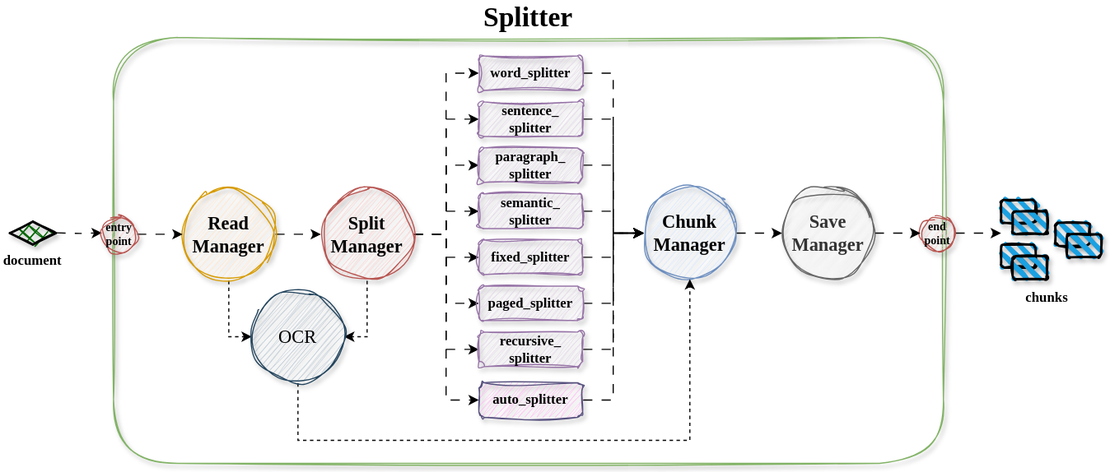
Earlier version of the draw.io export assets/splitter.drawio.svg (andreshere00/Splitter). Source tidied: cells renumbered, new cells last; positions are measured from the earlier drawing's top-left corner, leaving out a move shared by most shapes.
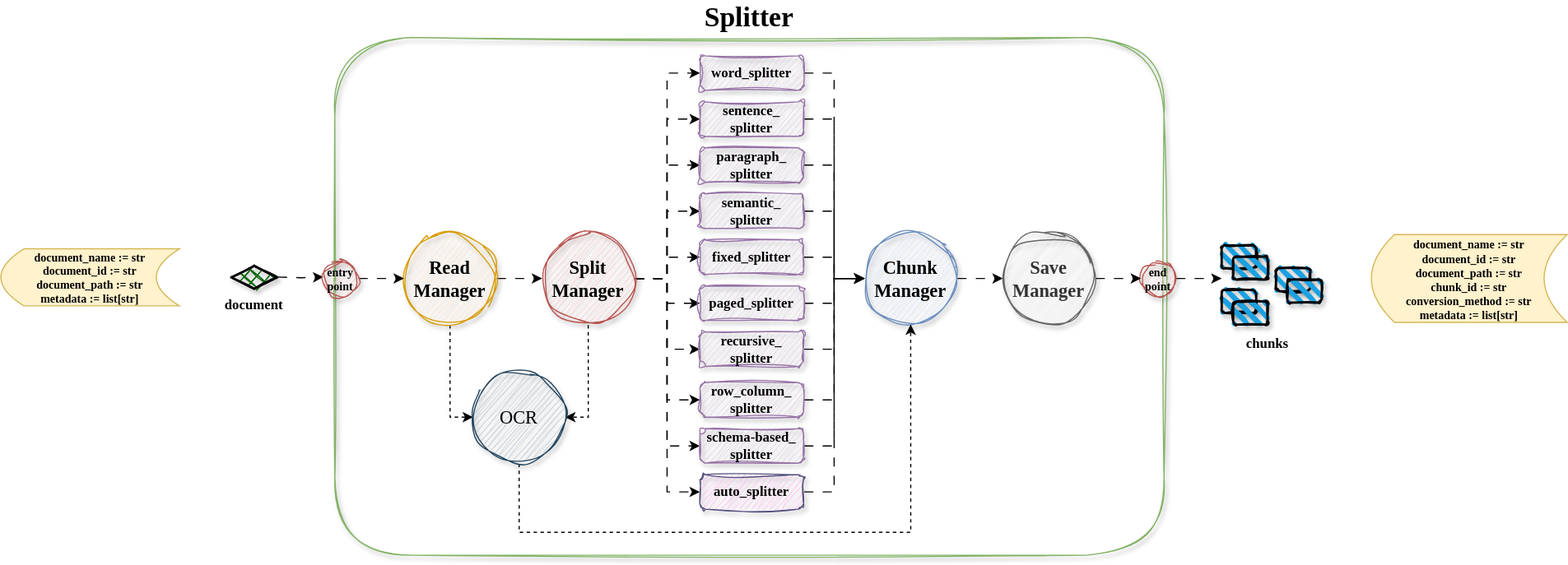
The same diagram one commit later.

Commit message:
add: update architecture diagram on README.md

What changed in the source:
```diff
@@ -3,7 +3,7 @@
     <mxCell id="0" />
     <mxCell id="1" parent="0" />
     <mxCell id="2" value="Splitter" style="rounded=1;whiteSpace=wrap;html=1;fillColor=none;strokeColor=#82b366;fontFamily=Amazon Ember Display;fontStyle=1;fontSize=24;shadow=1;sketch=1;curveFitting=1;jiggle=2;verticalAlign=bottom;labelPosition=center;verticalLabelPosition=top;align=center;glass=0;" parent="1" vertex="1">
-      <mxGeometry x="90" width="720" height="370" as="geometry" />
+      <mxGeometry x="280" width="720" height="450" as="geometry" />
     </mxCell>
     <mxCell id="3" style="edgeStyle=orthogonalEdgeStyle;rounded=0;jettySize=auto;html=1;entryX=0;entryY=0.5;entryDx=0;entryDy=0;fontFamily=Amazon Ember Display;flowAnimation=1;" parent="1" edge="1" source="12" target="14">
       <mxGeometry relative="1" as="geometry" />
@@ -11,7 +11,7 @@
     <mxCell id="4" style="edgeStyle=orthogonalEdgeStyle;rounded=0;jettySize=auto;html=1;entryX=0;entryY=0.5;entryDx=0;entryDy=0;fontFamily=Amazon Ember Display;flowAnimation=1;" parent="1" edge="1" source="12" target="16">
       <mxGeometry relative="1" as="geometry" />
     </mxCell>
-    <mxCell id="5" style="edgeStyle=orthogonalEdgeStyle;rounded=0;jettySize=auto;html=1;fontFamily=Amazon Ember Display;flowAnimation=1;" parent="1" edge="1" source="12" target="20">
+    <mxCell id="5" style="edgeStyle=orthogonalEdgeStyle;rounded=0;jettySize=auto;html=1;fontFamily=Amazon Ember Display;flowAnimation=1;entryX=0;entryY=0.5;entryDx=0;entryDy=0;" parent="1" edge="1" source="12" target="20">
       <mxGeometry relative="1" as="geometry" />
     </mxCell>
     <mxCell id="6" style="edgeStyle=orthogonalEdgeStyle;rounded=0;jettySize=auto;html=1;entryX=0;entryY=0.5;entryDx=0;entryDy=0;fontFamily=Amazon Ember Display;flowAnimation=1;" parent="1" edge="1" source="12" target="22">
@@ -32,44 +32,50 @@
     <mxCell id="11" style="edgeStyle=orthogonalEdgeStyle;rounded=0;jettySize=auto;html=1;entryX=1;entryY=0.5;entryDx=0;entryDy=0;flowAnimation=1;dashed=1;" parent="1" edge="1" source="12" target="50">
       <mxGeometry relative="1" as="geometry" />
     </mxCell>
+    <mxCell id="51" style="edgeStyle=orthogonalEdgeStyle;rounded=0;jettySize=auto;html=1;entryX=0;entryY=0.5;entryDx=0;entryDy=0;flowAnimation=1;" parent="1" edge="1" source="12" target="54">
+      <mxGeometry relative="1" as="geometry" />
+    </mxCell>
+    <mxCell id="52" style="edgeStyle=orthogonalEdgeStyle;rounded=0;jettySize=auto;html=1;entryX=0;entryY=0.5;entryDx=0;entryDy=0;flowAnimation=1;" parent="1" edge="1" source="12" target="56">
+      <mxGeometry relative="1" as="geometry" />
+    </mxCell>
     <mxCell id="12" value="&lt;span style=&quot;color: rgb(0, 0, 0); font-style: normal; font-variant-ligatures: normal; font-variant-caps: normal; font-weight: 700; letter-spacing: normal; orphans: 2; text-align: center; text-indent: 0px; text-transform: none; widows: 2; word-spacing: 0px; -webkit-text-stroke-width: 0px; white-space: normal; text-decoration-thickness: initial; text-decoration-style: initial; text-decoration-color: initial; float: none; display: inline !important;&quot;&gt;Split&lt;/span&gt;&lt;div style=&quot;forced-color-adjust: none; color: rgb(0, 0, 0); font-style: normal; font-variant-ligatures: normal; font-variant-caps: normal; font-weight: 700; letter-spacing: normal; orphans: 2; text-align: center; text-indent: 0px; text-transform: none; widows: 2; word-spacing: 0px; -webkit-text-stroke-width: 0px; white-space: normal; text-decoration-thickness: initial; text-decoration-style: initial; text-decoration-color: initial;&quot;&gt;&lt;span&gt;Manager&lt;/span&gt;&lt;/div&gt;" style="ellipse;whiteSpace=wrap;html=1;fillColor=#f8cecc;strokeColor=#b85450;sketch=1;curveFitting=1;jiggle=2;shadow=1;fontFamily=Amazon Ember Display;labelBackgroundColor=none;fontSize=16;" parent="1" vertex="1">
-      <mxGeometry x="270" y="131" width="80" height="80" as="geometry" />
+      <mxGeometry x="460" y="169.5" width="80" height="80" as="geometry" />
     </mxCell>
     <mxCell id="13" style="edgeStyle=orthogonalEdgeStyle;rounded=0;jettySize=auto;html=1;entryX=0;entryY=0.5;entryDx=0;entryDy=0;fontFamily=Amazon Ember Display;flowAnimation=1;" parent="1" edge="1" source="14" target="29">
       <mxGeometry relative="1" as="geometry" />
     </mxCell>
     <mxCell id="14" value="word_splitter" style="rounded=1;whiteSpace=wrap;html=1;fillColor=#e1d5e7;strokeColor=#9673a6;shadow=1;sketch=1;curveFitting=1;jiggle=2;fontStyle=1;fontFamily=Amazon Ember Display;" parent="1" vertex="1">
-      <mxGeometry x="407" y="16" width="90" height="30" as="geometry" />
+      <mxGeometry x="597" y="16" width="90" height="30" as="geometry" />
     </mxCell>
     <mxCell id="15" style="edgeStyle=orthogonalEdgeStyle;rounded=0;jettySize=auto;html=1;entryX=0;entryY=0.5;entryDx=0;entryDy=0;fontFamily=Amazon Ember Display;flowAnimation=1;" parent="1" edge="1" source="16" target="29">
       <mxGeometry relative="1" as="geometry" />
     </mxCell>
     <mxCell id="16" value="sentence_&lt;div&gt;splitter&lt;/div&gt;" style="rounded=1;whiteSpace=wrap;html=1;fillColor=#e1d5e7;strokeColor=#9673a6;shadow=1;sketch=1;curveFitting=1;jiggle=2;fontStyle=1;fontFamily=Amazon Ember Display;" parent="1" vertex="1">
-      <mxGeometry x="407" y="56" width="90" height="30" as="geometry" />
+      <mxGeometry x="597" y="56" width="90" height="30" as="geometry" />
     </mxCell>
     <mxCell id="17" style="edgeStyle=orthogonalEdgeStyle;rounded=0;jettySize=auto;html=1;entryX=0;entryY=0.5;entryDx=0;entryDy=0;fontFamily=Amazon Ember Display;flowAnimation=1;" parent="1" edge="1" source="18" target="29">
       <mxGeometry relative="1" as="geometry" />
     </mxCell>
     <mxCell id="18" value="paragraph_&lt;div&gt;splitter&lt;/div&gt;" style="rounded=1;whiteSpace=wrap;html=1;fillColor=#e1d5e7;strokeColor=#9673a6;shadow=1;sketch=1;curveFitting=1;jiggle=2;fontStyle=1;fontFamily=Amazon Ember Display;" parent="1" vertex="1">
-      <mxGeometry x="407" y="96" width="90" height="30" as="geometry" />
+      <mxGeometry x="597" y="96" width="90" height="30" as="geometry" />
     </mxCell>
     <mxCell id="19" style="edgeStyle=orthogonalEdgeStyle;rounded=0;jettySize=auto;html=1;entryX=0;entryY=0.5;entryDx=0;entryDy=0;fontFamily=Amazon Ember Display;flowAnimation=1;" parent="1" edge="1" source="20" target="29">
       <mxGeometry relative="1" as="geometry" />
     </mxCell>
     <mxCell id="20" value="semantic_&lt;div&gt;splitter&lt;/div&gt;" style="rounded=1;whiteSpace=wrap;html=1;fillColor=#e1d5e7;strokeColor=#9673a6;shadow=1;sketch=1;curveFitting=1;jiggle=2;fontStyle=1;fontFamily=Amazon Ember Display;" parent="1" vertex="1">
-      <mxGeometry x="407" y="136" width="90" height="30" as="geometry" />
+      <mxGeometry x="597" y="136" width="90" height="30" as="geometry" />
     </mxCell>
     <mxCell id="21" style="edgeStyle=orthogonalEdgeStyle;rounded=0;jettySize=auto;html=1;entryX=0;entryY=0.5;entryDx=0;entryDy=0;fontFamily=Amazon Ember Display;flowAnimation=1;" parent="1" edge="1" source="22" target="29">
       <mxGeometry relative="1" as="geometry" />
     </mxCell>
     <mxCell id="22" value="fixed_splitter" style="rounded=1;whiteSpace=wrap;html=1;fillColor=#e1d5e7;strokeColor=#9673a6;shadow=1;sketch=1;curveFitting=1;jiggle=2;fontStyle=1;fontFamily=Amazon Ember Display;" parent="1" vertex="1">
-      <mxGeometry x="407" y="176" width="90" height="30" as="geometry" />
+      <mxGeometry x="597" y="176" width="90" height="30" as="geometry" />
     </mxCell>
     <mxCell id="23" style="edgeStyle=orthogonalEdgeStyle;rounded=0;jettySize=auto;html=1;entryX=0;entryY=0.5;entryDx=0;entryDy=0;fontFamily=Amazon Ember Display;flowAnimation=1;" parent="1" edge="1" source="24" target="29">
       <mxGeometry relative="1" as="geometry" />
     </mxCell>
     <mxCell id="24" value="paged_splitter" style="rounded=1;whiteSpace=wrap;html=1;fillColor=#e1d5e7;strokeColor=#9673a6;shadow=1;sketch=1;curveFitting=1;jiggle=2;fontStyle=1;fontFamily=Amazon Ember Display;" parent="1" vertex="1">
-      <mxGeometry x="407" y="216" width="90" height="30" as="geometry" />
+      <mxGeometry x="597" y="216" width="90" height="30" as="geometry" />
     </mxCell>
     <mxCell id="25" style="edgeStyle=orthogonalEdgeStyle;rounded=0;jettySize=auto;html=1;entryX=0;entryY=0.5;entryDx=0;entryDy=0;fontFamily=Amazon Ember Display;flowAnimation=1;" parent="1" edge="1" source="27" target="12">
       <mxGeometry relative="1" as="geometry" />
@@ -78,88 +84,106 @@
       <mxGeometry relative="1" as="geometry" />
     </mxCell>
     <mxCell id="27" value="Read Manager" style="ellipse;whiteSpace=wrap;html=1;fillColor=#ffe6cc;strokeColor=#d79b00;shadow=1;sketch=1;curveFitting=1;jiggle=2;fontStyle=1;fontFamily=Amazon Ember Display;fontSize=16;" parent="1" vertex="1">
-      <mxGeometry x="150" y="131" width="80" height="80" as="geometry" />
+      <mxGeometry x="340" y="169.5" width="80" height="80" as="geometry" />
     </mxCell>
     <mxCell id="28" style="edgeStyle=orthogonalEdgeStyle;rounded=0;jettySize=auto;html=1;fontFamily=Amazon Ember Display;flowAnimation=1;" parent="1" edge="1" source="29">
       <mxGeometry relative="1" as="geometry">
-        <mxPoint x="670" y="170" as="targetPoint" />
+        <mxPoint x="860" y="209.5" as="targetPoint" />
       </mxGeometry>
     </mxCell>
     <mxCell id="29" value="&lt;b&gt;Chunk&lt;/b&gt;&lt;div&gt;&lt;b&gt;Manager&lt;/b&gt;&lt;/div&gt;" style="ellipse;whiteSpace=wrap;html=1;fillColor=#dae8fc;strokeColor=#6c8ebf;sketch=1;curveFitting=1;jiggle=2;shadow=1;fontFamily=Amazon Ember Display;fontSize=16;" parent="1" vertex="1">
-      <mxGeometry x="550" y="130" width="80" height="80" as="geometry" />
+      <mxGeometry x="740" y="169.5" width="80" height="80" as="geometry" />
     </mxCell>
     <mxCell id="30" style="edgeStyle=orthogonalEdgeStyle;rounded=0;orthogonalLoop=1;jettySize=auto;html=1;fontFamily=Amazon Ember Display;flowAnimation=1;" parent="1" edge="1">
       <mxGeometry relative="1" as="geometry">
-        <mxPoint x="40" y="169.8" as="sourcePoint" />
-        <mxPoint x="80" y="169.8" as="targetPoint" />
+        <mxPoint x="230" y="208.2" as="sourcePoint" />
+        <mxPoint x="270" y="208.2" as="targetPoint" />
       </mxGeometry>
     </mxCell>
     <mxCell id="31" value="document" style="rhombus;whiteSpace=wrap;html=1;strokeWidth=2;fillWeight=-1;hachureGap=8;fillStyle=cross-hatch;fillColor=#006600;sketch=1;fontFamily=Amazon Ember Display;shadow=1;labelPosition=center;verticalLabelPosition=bottom;align=center;verticalAlign=top;fontStyle=1;" parent="1" vertex="1">
-      <mxGeometry y="160" width="40" height="20" as="geometry" />
+      <mxGeometry x="190" y="198.5" width="40" height="20" as="geometry" />
     </mxCell>
     <mxCell id="32" style="edgeStyle=orthogonalEdgeStyle;rounded=0;jettySize=auto;html=1;entryX=0;entryY=0.5;entryDx=0;entryDy=0;fontFamily=Amazon Ember Display;flowAnimation=1;" parent="1" edge="1" source="33" target="27">
       <mxGeometry relative="1" as="geometry" />
     </mxCell>
     <mxCell id="33" value="entry&lt;div&gt;point&lt;/div&gt;" style="ellipse;whiteSpace=wrap;html=1;fillColor=#f8cecc;strokeColor=#b85450;sketch=1;curveFitting=1;jiggle=2;shadow=1;fontStyle=1;fontSize=10;fontFamily=Amazon Ember Display;" parent="1" vertex="1">
-      <mxGeometry x="80" y="156" width="30" height="30" as="geometry" />
+      <mxGeometry x="270" y="194.5" width="30" height="30" as="geometry" />
     </mxCell>
     <mxCell id="34" style="rounded=1;whiteSpace=wrap;html=1;strokeWidth=2;fillWeight=4;hachureGap=8;hachureAngle=45;fillColor=#1ba1e2;sketch=1;fontFamily=Amazon Ember Display;shadow=1;" parent="1" vertex="1">
-      <mxGeometry x="860" y="141" width="30" height="20" as="geometry" />
+      <mxGeometry x="1050" y="180.5" width="30" height="20" as="geometry" />
     </mxCell>
     <mxCell id="35" style="rounded=1;whiteSpace=wrap;html=1;strokeWidth=2;fillWeight=4;hachureGap=8;hachureAngle=45;fillColor=#1ba1e2;sketch=1;fontFamily=Amazon Ember Display;shadow=1;" parent="1" vertex="1">
-      <mxGeometry x="870" y="151" width="30" height="20" as="geometry" />
+      <mxGeometry x="1060" y="190.5" width="30" height="20" as="geometry" />
     </mxCell>
     <mxCell id="36" style="rounded=1;whiteSpace=wrap;html=1;strokeWidth=2;fillWeight=4;hachureGap=8;hachureAngle=45;fillColor=#1ba1e2;sketch=1;fontFamily=Amazon Ember Display;shadow=1;" parent="1" vertex="1">
-      <mxGeometry x="860" y="180" width="30" height="20" as="geometry" />
+      <mxGeometry x="1050" y="219.5" width="30" height="20" as="geometry" />
     </mxCell>
     <mxCell id="37" style="rounded=1;whiteSpace=wrap;html=1;strokeWidth=2;fillWeight=4;hachureGap=8;hachureAngle=45;fillColor=#1ba1e2;sketch=1;fontFamily=Amazon Ember Display;shadow=1;" parent="1" vertex="1">
-      <mxGeometry x="870" y="190" width="30" height="20" as="geometry" />
+      <mxGeometry x="1060" y="229.5" width="30" height="20" as="geometry" />
     </mxCell>
     <mxCell id="38" style="rounded=1;whiteSpace=wrap;html=1;strokeWidth=2;fillWeight=4;hachureGap=8;hachureAngle=45;fillColor=#1ba1e2;sketch=1;fontFamily=Amazon Ember Display;shadow=1;" parent="1" vertex="1">
-      <mxGeometry x="907" y="161" width="30" height="20" as="geometry" />
+      <mxGeometry x="1097" y="200.5" width="30" height="20" as="geometry" />
     </mxCell>
     <mxCell id="39" style="rounded=1;whiteSpace=wrap;html=1;strokeWidth=2;fillWeight=4;hachureGap=8;hachureAngle=45;fillColor=#1ba1e2;sketch=1;fontFamily=Amazon Ember Display;shadow=1;" parent="1" vertex="1">
-      <mxGeometry x="917" y="171" width="30" height="20" as="geometry" />
+      <mxGeometry x="1107" y="210.5" width="30" height="20" as="geometry" />
     </mxCell>
     <mxCell id="40" style="edgeStyle=orthogonalEdgeStyle;rounded=0;jettySize=auto;html=1;fontFamily=Amazon Ember Display;flowAnimation=1;" parent="1" edge="1" source="41">
       <mxGeometry relative="1" as="geometry">
-        <mxPoint x="860" y="170" as="targetPoint" />
+        <mxPoint x="1050" y="209.5" as="targetPoint" />
       </mxGeometry>
     </mxCell>
     <mxCell id="41" value="end&lt;div&gt;point&lt;/div&gt;" style="ellipse;whiteSpace=wrap;html=1;fillColor=#f8cecc;strokeColor=#b85450;sketch=1;curveFitting=1;jiggle=2;shadow=1;fontStyle=1;fontSize=10;fontFamily=Amazon Ember Display;" parent="1" vertex="1">
-      <mxGeometry x="790" y="155" width="30" height="30" as="geometry" />
+      <mxGeometry x="980" y="194.5" width="30" height="30" as="geometry" />
     </mxCell>
     <mxCell id="42" style="edgeStyle=orthogonalEdgeStyle;rounded=0;jettySize=auto;html=1;entryX=0;entryY=0.5;entryDx=0;entryDy=0;dashed=1;dashPattern=8 8;flowAnimation=1;" parent="1" edge="1" source="43" target="41">
       <mxGeometry relative="1" as="geometry" />
     </mxCell>
     <mxCell id="43" value="&lt;b&gt;Save&lt;/b&gt;&lt;div&gt;&lt;b&gt;Manager&lt;/b&gt;&lt;/div&gt;" style="ellipse;whiteSpace=wrap;html=1;fillColor=#f5f5f5;strokeColor=#666666;sketch=1;curveFitting=1;jiggle=2;shadow=1;fontFamily=Amazon Ember Display;fontColor=#333333;fontSize=16;" parent="1" vertex="1">
-      <mxGeometry x="670" y="130" width="80" height="80" as="geometry" />
+      <mxGeometry x="860" y="169.5" width="80" height="80" as="geometry" />
     </mxCell>
     <mxCell id="44" style="edgeStyle=orthogonalEdgeStyle;rounded=0;jettySize=auto;html=1;entryX=0;entryY=0.5;entryDx=0;entryDy=0;flowAnimation=1;" parent="1" edge="1" source="45" target="29">
       <mxGeometry relative="1" as="geometry" />
     </mxCell>
     <mxCell id="45" value="recursive_&lt;div&gt;splitter&lt;/div&gt;" style="rounded=1;whiteSpace=wrap;html=1;fillColor=#e1d5e7;strokeColor=#9673a6;shadow=1;sketch=1;curveFitting=1;jiggle=2;fontStyle=1;fontFamily=Amazon Ember Display;" parent="1" vertex="1">
-      <mxGeometry x="407" y="256" width="90" height="30" as="geometry" />
+      <mxGeometry x="597" y="256" width="90" height="30" as="geometry" />
     </mxCell>
     <mxCell id="46" style="edgeStyle=orthogonalEdgeStyle;rounded=0;jettySize=auto;html=1;entryX=0;entryY=0.5;entryDx=0;entryDy=0;flowAnimation=1;" parent="1" edge="1" source="47" target="29">
       <mxGeometry relative="1" as="geometry" />
     </mxCell>
     <mxCell id="47" value="auto_splitter" style="rounded=1;whiteSpace=wrap;html=1;fillColor=#FFBCF3;strokeColor=#56517e;shadow=1;sketch=1;curveFitting=1;jiggle=2;fontStyle=1;fontFamily=Amazon Ember Display;labelBackgroundColor=none;" parent="1" vertex="1">
-      <mxGeometry x="407" y="300" width="90" height="30" as="geometry" />
+      <mxGeometry x="597" y="380" width="90" height="30" as="geometry" />
     </mxCell>
     <mxCell id="48" value="chunks" style="text;html=1;align=center;verticalAlign=middle;whiteSpace=wrap;rounded=0;fontStyle=1;fontFamily=Amazon Ember Display;" parent="1" vertex="1">
-      <mxGeometry x="870" y="211" width="60" height="30" as="geometry" />
+      <mxGeometry x="1060" y="250.5" width="60" height="30" as="geometry" />
     </mxCell>
     <mxCell id="49" style="edgeStyle=orthogonalEdgeStyle;rounded=0;jettySize=auto;html=1;entryX=0.5;entryY=1;entryDx=0;entryDy=0;flowAnimation=1;dashed=1;" parent="1" edge="1" source="50" target="29">
       <mxGeometry relative="1" as="geometry">
         <Array as="points">
-          <mxPoint x="250" y="350" />
-          <mxPoint x="590" y="350" />
+          <mxPoint x="440" y="430" />
+          <mxPoint x="780" y="430" />
         </Array>
       </mxGeometry>
     </mxCell>
     <mxCell id="50" value="&lt;span&gt;OCR&lt;/span&gt;" style="ellipse;whiteSpace=wrap;html=1;fillColor=#bac8d3;strokeColor=#23445d;sketch=1;curveFitting=1;jiggle=2;shadow=1;fontFamily=Amazon Ember Display;labelBackgroundColor=none;fontSize=16;fontStyle=0;" parent="1" vertex="1">
-      <mxGeometry x="210" y="220" width="80" height="80" as="geometry" />
+      <mxGeometry x="400" y="290" width="80" height="80" as="geometry" />
     </mxCell>
+    <mxCell id="53" style="edgeStyle=orthogonalEdgeStyle;rounded=0;jettySize=auto;html=1;entryX=0;entryY=0.5;entryDx=0;entryDy=0;flowAnimation=1;" parent="1" edge="1" source="54" target="29">
+      <mxGeometry relative="1" as="geometry" />
+    </mxCell>
+    <mxCell id="54" value="row_column_&lt;div&gt;splitter&lt;/div&gt;" style="rounded=1;whiteSpace=wrap;html=1;fillColor=#e1d5e7;strokeColor=#9673a6;shadow=1;sketch=1;curveFitting=1;jiggle=2;fontStyle=1;fontFamily=Amazon Ember Display;" parent="1" vertex="1">
+      <mxGeometry x="597" y="300" width="90" height="30" as="geometry" />
+    </mxCell>
+    <mxCell id="55" style="edgeStyle=orthogonalEdgeStyle;rounded=0;jettySize=auto;html=1;entryX=0;entryY=0.5;entryDx=0;entryDy=0;flowAnimation=1;" parent="1" edge="1" source="56" target="29">
+      <mxGeometry relative="1" as="geometry" />
+    </mxCell>
+    <mxCell id="56" value="schema-based_&lt;div&gt;splitter&lt;/div&gt;" style="rounded=1;whiteSpace=wrap;html=1;fillColor=#e1d5e7;strokeColor=#9673a6;shadow=1;sketch=1;curveFitting=1;jiggle=2;fontStyle=1;fontFamily=Amazon Ember Display;" parent="1" vertex="1">
+      <mxGeometry x="597" y="340" width="90" height="30" as="geometry" />
+    </mxCell>
+    <mxCell id="57" value="&lt;b&gt;document_name := str&lt;/b&gt;&lt;div&gt;&lt;b&gt;document_id := str&lt;/b&gt;&lt;/div&gt;&lt;div&gt;&lt;b&gt;document_path := str&lt;/b&gt;&lt;/div&gt;&lt;div&gt;&lt;b&gt;metadata :=&amp;nbsp;&lt;span style=&quot;background-color: transparent; color: light-dark(rgb(0, 0, 0), rgb(255, 255, 255));&quot;&gt;list[str]&lt;/span&gt;&lt;/b&gt;&lt;/div&gt;" style="shape=dataStorage;whiteSpace=wrap;html=1;fixedSize=1;fillColor=#fff2cc;strokeColor=#d6b656;fontFamily=Fira Code;fontSize=10;" parent="1" vertex="1">
+      <mxGeometry x="-10" y="183.8" width="155" height="49.5" as="geometry" />
+    </mxCell>
+    <mxCell id="58" value="&lt;b style=&quot;font-family: &amp;quot;Fira Code&amp;quot;; font-size: 10px;&quot;&gt;document_name := str&lt;/b&gt;&lt;div style=&quot;font-family: &amp;quot;Fira Code&amp;quot;; font-size: 10px;&quot;&gt;&lt;b&gt;document_id := str&lt;/b&gt;&lt;/div&gt;&lt;div style=&quot;font-family: &amp;quot;Fira Code&amp;quot;; font-size: 10px;&quot;&gt;&lt;b&gt;document_path := str&lt;/b&gt;&lt;/div&gt;&lt;div style=&quot;font-family: &amp;quot;Fira Code&amp;quot;; font-size: 10px;&quot;&gt;&lt;b&gt;chunk_id := str&lt;/b&gt;&lt;/div&gt;&lt;div style=&quot;font-family: &amp;quot;Fira Code&amp;quot;; font-size: 10px;&quot;&gt;&lt;b&gt;conversion_method := str&lt;/b&gt;&lt;/div&gt;&lt;div style=&quot;font-family: &amp;quot;Fira Code&amp;quot;; font-size: 10px;&quot;&gt;&lt;b&gt;metadata :=&amp;nbsp;&lt;span style=&quot;background-color: transparent; color: light-dark(rgb(0, 0, 0), rgb(255, 255, 255));&quot;&gt;list[str]&lt;/span&gt;&lt;/b&gt;&lt;/div&gt;" style="shape=dataStorage;whiteSpace=wrap;html=1;fixedSize=1;fillColor=#fff2cc;strokeColor=#d6b656;" parent="1" vertex="1">
+      <mxGeometry x="1180" y="171.4" width="170" height="76.2" as="geometry" />
+    </mxCell>
   </root>
 </mxGraphModel>
```
